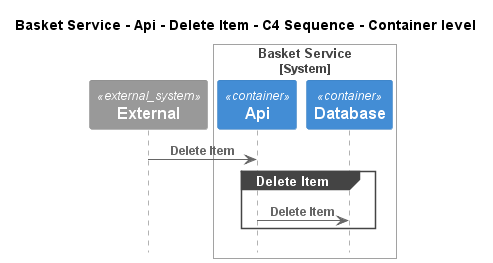
This is e-commerce-platform/Software Systems/Basket Service/Containers/Api/Interfaces/Delete Item/Container - C4 Sequence.png from C4InterFlow/architecture-as-code-samples, a PlantUML export, as it was before one commit. The source it was exported from:
```plantuml
@startuml
!pragma layout smetana
!include ..\..\..\..\..\..\.c4s\C4_Sequence.puml

title Basket Service - Api - Delete Item - C4 Sequence - Container level

System_Ext(C4InterFlow.SoftwareSystems.ExternalSystem, "External", "")

System_Boundary(ECommercePlatform.SoftwareSystems.BasketService, "Basket Service")
    Container(ECommercePlatform.SoftwareSystems.BasketService.Containers.Api, "Api", "", "")
    Container(ECommercePlatform.SoftwareSystems.BasketService.Containers.Database, "Database", "", "")
Boundary_End()

Rel(C4InterFlow.SoftwareSystems.ExternalSystem, ECommercePlatform.SoftwareSystems.BasketService.Containers.Api, "Delete Item")
group Delete Item
Rel(ECommercePlatform.SoftwareSystems.BasketService.Containers.Api, ECommercePlatform.SoftwareSystems.BasketService.Containers.Database, "Delete Item")
end


@enduml
```
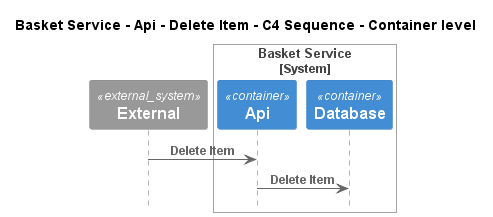
Above is the later version.

Diff of the diagram source:
```diff
@@ -12,9 +12,7 @@
 Boundary_End()
 
 Rel(C4InterFlow.SoftwareSystems.ExternalSystem, ECommercePlatform.SoftwareSystems.BasketService.Containers.Api, "Delete Item")
-group Delete Item
 Rel(ECommercePlatform.SoftwareSystems.BasketService.Containers.Api, ECommercePlatform.SoftwareSystems.BasketService.Containers.Database, "Delete Item")
-end
 
 
 @enduml
```
